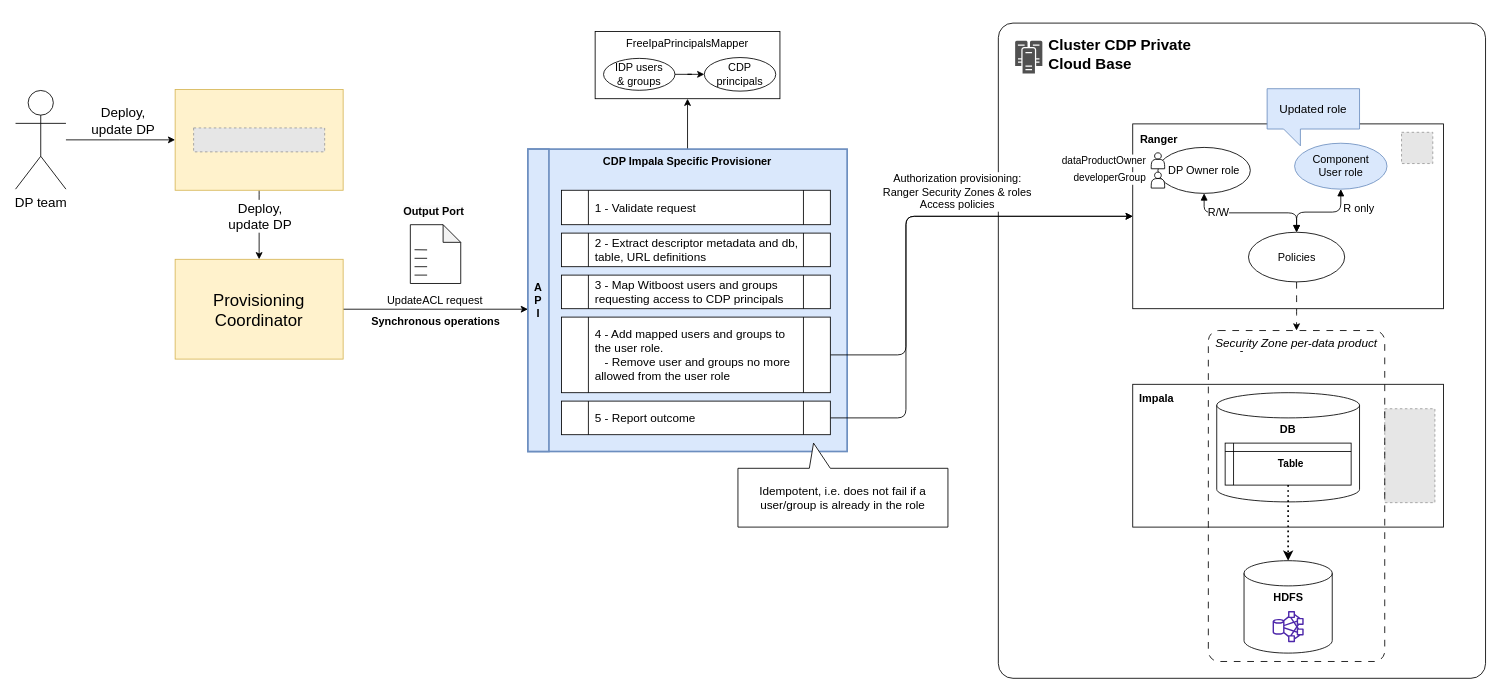
This is page "Private - OP - Update ACL" (10 of 11) of docs/hld.drawio from agile-lab-dev/witboost-cdp-impala-specific-provisioner, a draw.io file, before an edit. Source tidied: cells renumbered, new cells numbered last; positions are measured from the earlier drawing's top-left corner, leaving out a move shared by most shapes. Both pictures are drawn from the tidied source at 84%, with x=0, y=0 at pixel (15, 14). Pictures stored in the file or linked from it are replaced by grey dashed boxes.
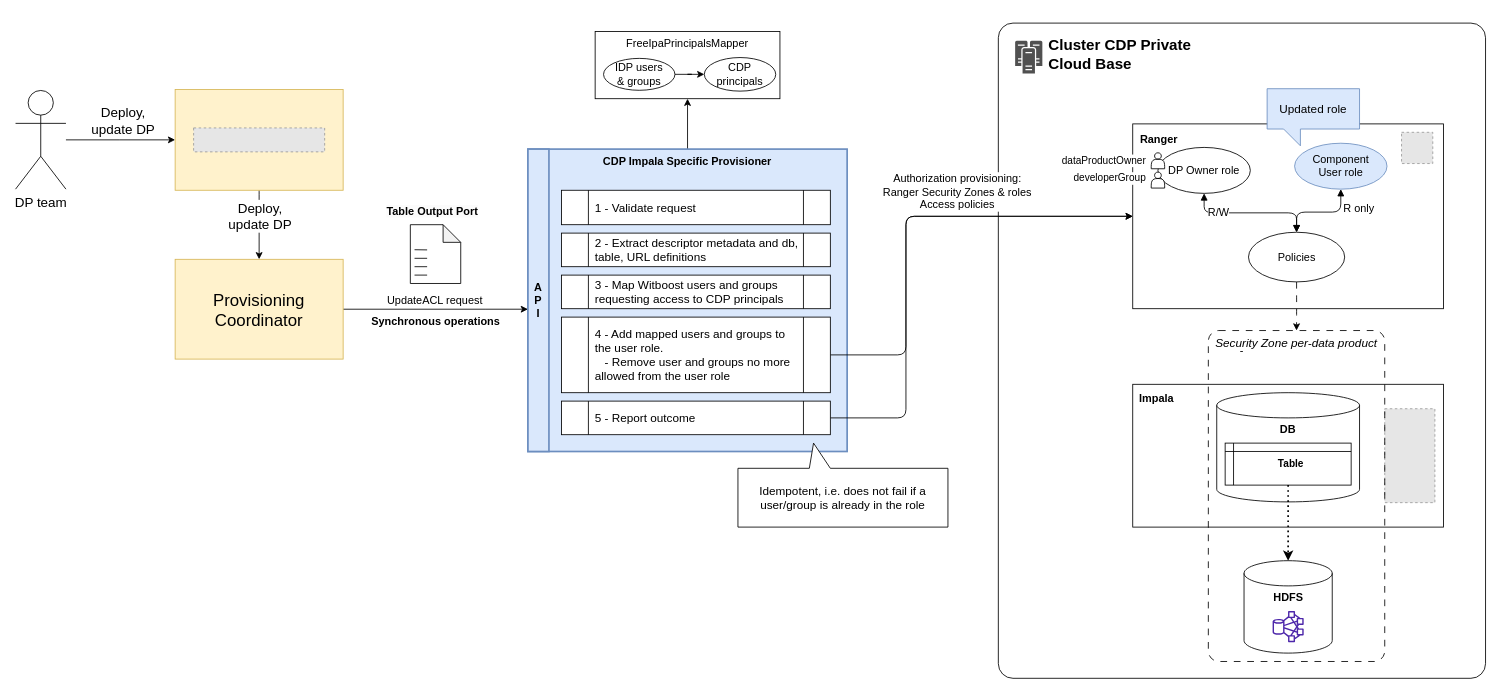
The same diagram, later.

Change to the diagram source:
```diff
@@
-    <mxCell id="62" value="&lt;b style=&quot;border-color: var(--border-color); color: rgb(0, 0, 0); font-family: Helvetica; font-size: 13px; font-style: normal; font-variant-ligatures: normal; font-variant-caps: normal; letter-spacing: normal; orphans: 2; text-align: left; text-indent: 0px; text-transform: none; widows: 2; word-spacing: 0px; -webkit-text-stroke-width: 0px; background-color: rgb(251, 251, 251); text-decoration-thickness: initial; text-decoration-style: initial; text-decoration-color: initial;&quot;&gt;Output Port&lt;br style=&quot;border-color: var(--border-color);&quot;&gt;&lt;/b&gt;" style="text;whiteSpace=wrap;html=1;" parent="1" vertex="1">
-      <mxGeometry x="460" y="220" width="110" height="40" as="geometry" />
+    <mxCell id="62" value="&lt;b style=&quot;border-color: var(--border-color); color: rgb(0, 0, 0); font-family: Helvetica; font-size: 13px; font-style: normal; font-variant-ligatures: normal; font-variant-caps: normal; letter-spacing: normal; orphans: 2; text-align: left; text-indent: 0px; text-transform: none; widows: 2; word-spacing: 0px; -webkit-text-stroke-width: 0px; background-color: rgb(251, 251, 251); text-decoration-thickness: initial; text-decoration-style: initial; text-decoration-color: initial;&quot;&gt;Table Output Port&lt;br style=&quot;border-color: var(--border-color);&quot;&gt;&lt;/b&gt;" style="text;whiteSpace=wrap;html=1;" parent="1" vertex="1">
+      <mxGeometry x="440" y="220" width="130" height="40" as="geometry" />
     </mxCell>
```
